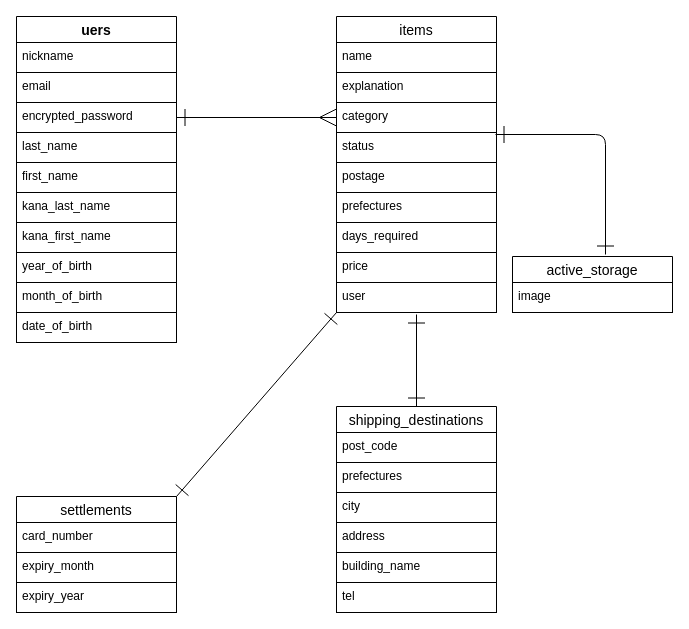
Earlier version of the draw.io diagram furimaER.dio (dolchicchi/furima-37577). Source tidied: cells renumbered, new cells numbered last; positions are measured from the earlier drawing's top-left corner, leaving out a move shared by most shapes. Both pictures are drawn from the tidied source at 100%, with x=0, y=0 at pixel (16, 16).
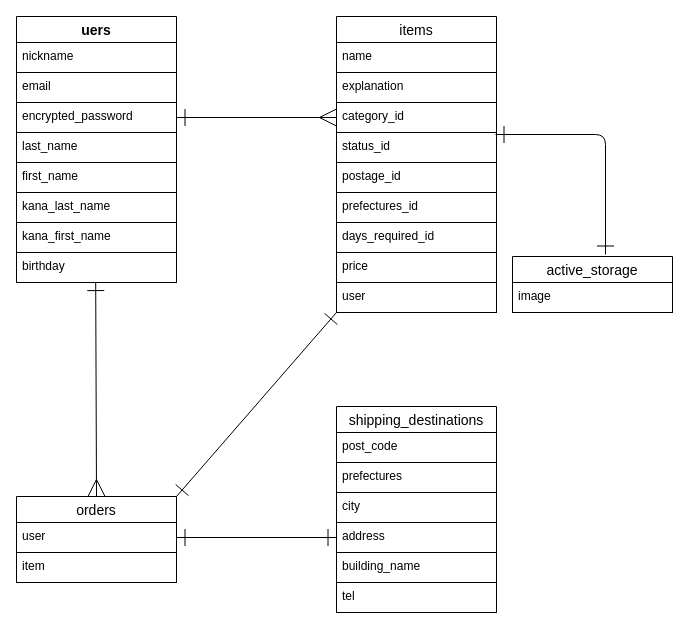
After the change.

The change refers to these unchanged cells:
```xml
<mxCell id="13" value="items" style="swimlane;fontStyle=0;horizontal=1;startSize=26;align=center;fontSize=14;fontColor=#000000;labelBackgroundColor=#FFFFFF;strokeColor=#000000;" parent="1" vertex="1">
  <mxGeometry x="320" width="160" height="296" as="geometry" />
</mxCell>
<mxCell id="28" value="shipping_destinations" style="swimlane;fontStyle=0;horizontal=1;startSize=26;align=center;fontSize=14;fontColor=#000000;labelBackgroundColor=#FFFFFF;strokeColor=#000000;" parent="1" vertex="1">
  <mxGeometry x="320" y="390" width="160" height="206" as="geometry" />
</mxCell>
<mxCell id="32" value="address" style="text;strokeColor=#000000;fillColor=none;spacingLeft=4;spacingRight=4;overflow=hidden;points=[[0,0.5],[1,0.5]];portConstraint=eastwest;fontSize=12;fontColor=#000000;labelBackgroundColor=#FFFFFF;" parent="28" vertex="1">
  <mxGeometry y="116" width="160" height="30" as="geometry" />
</mxCell>
```

What changed in the source:
```diff
@@
     <mxCell id="2" value="uers" style="swimlane;fontStyle=1;horizontal=1;startSize=26;align=center;fontSize=14;fontColor=#000000;labelBackgroundColor=#FFFFFF;strokeColor=#000000;" parent="1" vertex="1">
-      <mxGeometry width="160" height="326" as="geometry" />
+      <mxGeometry width="160" height="266" as="geometry" />
     </mxCell>
@@
-    <mxCell id="10" value="year_of_birth" style="text;strokeColor=#000000;fillColor=none;spacingLeft=4;spacingRight=4;overflow=hidden;fontSize=12;fontColor=#000000;labelBackgroundColor=#FFFFFF;" parent="2" vertex="1">
-      <mxGeometry y="236" width="160" height="30" as="geometry" />
-    </mxCell>
-    <mxCell id="11" value="month_of_birth" style="text;strokeColor=#000000;fillColor=none;spacingLeft=4;spacingRight=4;overflow=hidden;fontSize=12;fontColor=#000000;labelBackgroundColor=#FFFFFF;" parent="2" vertex="1">
-      <mxGeometry y="266" width="160" height="30" as="geometry" />
-    </mxCell>
-    <mxCell id="12" value="date_of_birth" style="text;strokeColor=#000000;fillColor=none;spacingLeft=4;spacingRight=4;overflow=hidden;points=[[0,0.5],[1,0.5]];portConstraint=eastwest;fontSize=12;fontColor=#000000;labelBackgroundColor=#FFFFFF;" parent="2" vertex="1">
-      <mxGeometry y="296" width="160" height="30" as="geometry" />
+    <mxCell id="12" value="birthday" style="text;strokeColor=#000000;fillColor=none;spacingLeft=4;spacingRight=4;overflow=hidden;points=[[0,0.5],[1,0.5]];portConstraint=eastwest;fontSize=12;fontColor=#000000;labelBackgroundColor=#FFFFFF;" parent="2" vertex="1">
+      <mxGeometry y="236" width="160" height="30" as="geometry" />
     </mxCell>
@@
-    <mxCell id="16" value="category" style="text;strokeColor=#000000;fillColor=none;spacingLeft=4;spacingRight=4;overflow=hidden;points=[[0,0.5],[1,0.5]];portConstraint=eastwest;fontSize=12;fontColor=#000000;labelBackgroundColor=#FFFFFF;" parent="13" vertex="1">
+    <mxCell id="16" value="category_id" style="text;strokeColor=#000000;fillColor=none;spacingLeft=4;spacingRight=4;overflow=hidden;points=[[0,0.5],[1,0.5]];portConstraint=eastwest;fontSize=12;fontColor=#000000;labelBackgroundColor=#FFFFFF;" parent="13" vertex="1">
       <mxGeometry y="86" width="160" height="30" as="geometry" />
     </mxCell>
-    <mxCell id="17" value="status" style="text;strokeColor=#000000;fillColor=none;spacingLeft=4;spacingRight=4;overflow=hidden;fontSize=12;fontColor=#000000;labelBackgroundColor=#FFFFFF;" parent="13" vertex="1">
+    <mxCell id="17" value="status_id" style="text;strokeColor=#000000;fillColor=none;spacingLeft=4;spacingRight=4;overflow=hidden;fontSize=12;fontColor=#000000;labelBackgroundColor=#FFFFFF;" parent="13" vertex="1">
       <mxGeometry y="116" width="160" height="30" as="geometry" />
     </mxCell>
-    <mxCell id="18" value="postage" style="text;strokeColor=#000000;fillColor=none;spacingLeft=4;spacingRight=4;overflow=hidden;fontSize=12;fontColor=#000000;labelBackgroundColor=#FFFFFF;" parent="13" vertex="1">
+    <mxCell id="18" value="postage_id &#10;" style="text;strokeColor=#000000;fillColor=none;spacingLeft=4;spacingRight=4;overflow=hidden;fontSize=12;fontColor=#000000;labelBackgroundColor=#FFFFFF;" parent="13" vertex="1">
       <mxGeometry y="146" width="160" height="30" as="geometry" />
     </mxCell>
-    <mxCell id="19" value="prefectures" style="text;strokeColor=#000000;fillColor=none;spacingLeft=4;spacingRight=4;overflow=hidden;fontSize=12;fontColor=#000000;labelBackgroundColor=#FFFFFF;" parent="13" vertex="1">
+    <mxCell id="19" value="prefectures_id" style="text;strokeColor=#000000;fillColor=none;spacingLeft=4;spacingRight=4;overflow=hidden;fontSize=12;fontColor=#000000;labelBackgroundColor=#FFFFFF;" parent="13" vertex="1">
       <mxGeometry y="176" width="160" height="30" as="geometry" />
     </mxCell>
-    <mxCell id="20" value="days_required" style="text;strokeColor=#000000;fillColor=none;spacingLeft=4;spacingRight=4;overflow=hidden;fontSize=12;fontColor=#000000;labelBackgroundColor=#FFFFFF;" parent="13" vertex="1">
+    <mxCell id="20" value="days_required_id" style="text;strokeColor=#000000;fillColor=none;spacingLeft=4;spacingRight=4;overflow=hidden;fontSize=12;fontColor=#000000;labelBackgroundColor=#FFFFFF;" parent="13" vertex="1">
       <mxGeometry y="206" width="160" height="30" as="geometry" />
     </mxCell>
@@
+    <mxCell id="40" style="edgeStyle=none;html=1;exitX=0.5;exitY=0;exitDx=0;exitDy=0;entryX=0.495;entryY=0.986;entryDx=0;entryDy=0;entryPerimeter=0;labelBackgroundColor=#FFFFFF;fontColor=#000000;strokeColor=#000000;endArrow=ERone;endFill=0;startArrow=ERmany;startFill=0;endSize=15;startSize=15;" parent="1" edge="1" source="23" target="12">
+      <mxGeometry relative="1" as="geometry" />
+    </mxCell>
-    <mxCell id="23" value="settlements" style="swimlane;fontStyle=0;horizontal=1;startSize=26;align=center;fontSize=14;fontColor=#000000;labelBackgroundColor=#FFFFFF;strokeColor=#000000;" parent="1" vertex="1">
-      <mxGeometry y="480" width="160" height="116" as="geometry" />
+    <mxCell id="23" value="orders" style="swimlane;fontStyle=0;horizontal=1;startSize=26;align=center;fontSize=14;fontColor=#000000;labelBackgroundColor=#FFFFFF;strokeColor=#000000;" parent="1" vertex="1">
+      <mxGeometry y="480" width="160" height="86" as="geometry" />
     </mxCell>
-    <mxCell id="24" value="card_number" style="text;strokeColor=#000000;fillColor=none;spacingLeft=4;spacingRight=4;overflow=hidden;fontSize=12;fontColor=#000000;labelBackgroundColor=#FFFFFF;" parent="23" vertex="1">
-      <mxGeometry y="26" width="160" height="30" as="geometry" />
-    </mxCell>
-    <mxCell id="25" value="expiry_month" style="text;strokeColor=#000000;fillColor=none;spacingLeft=4;spacingRight=4;overflow=hidden;points=[[0,0.5],[1,0.5]];portConstraint=eastwest;fontSize=12;fontColor=#000000;labelBackgroundColor=#FFFFFF;" parent="23" vertex="1">
-      <mxGeometry y="56" width="160" height="30" as="geometry" />
+    <mxCell id="25" value="user" style="text;strokeColor=#000000;fillColor=none;spacingLeft=4;spacingRight=4;overflow=hidden;points=[[0,0.5],[1,0.5]];portConstraint=eastwest;fontSize=12;fontColor=#000000;labelBackgroundColor=#FFFFFF;" parent="23" vertex="1">
+      <mxGeometry y="26" width="160" height="30" as="geometry" />
     </mxCell>
-    <mxCell id="26" value="expiry_year" style="text;strokeColor=#000000;fillColor=none;spacingLeft=4;spacingRight=4;overflow=hidden;fontSize=12;fontColor=#000000;labelBackgroundColor=#FFFFFF;" parent="23" vertex="1">
-      <mxGeometry y="86" width="160" height="30" as="geometry" />
+    <mxCell id="26" value="item" style="text;strokeColor=#000000;fillColor=none;spacingLeft=4;spacingRight=4;overflow=hidden;fontSize=12;fontColor=#000000;labelBackgroundColor=#FFFFFF;" parent="23" vertex="1">
+      <mxGeometry y="56" width="160" height="30" as="geometry" />
     </mxCell>
-    <mxCell id="27" style="edgeStyle=none;html=1;exitX=0.5;exitY=0;exitDx=0;exitDy=0;startArrow=ERone;startFill=0;endArrow=ERone;endFill=0;strokeWidth=1;endSize=15;startSize=15;fontColor=#000000;labelBackgroundColor=#FFFFFF;strokeColor=#000000;" parent="1" edge="1" source="28">
-      <mxGeometry relative="1" as="geometry">
-        <mxPoint x="400" y="298" as="targetPoint" />
-      </mxGeometry>
-    </mxCell>
@@
+    <mxCell id="41" style="edgeStyle=none;html=1;exitX=1;exitY=0.5;exitDx=0;exitDy=0;labelBackgroundColor=#FFFFFF;fontColor=#000000;startArrow=ERone;startFill=0;endArrow=ERone;endFill=0;startSize=15;endSize=15;strokeColor=#000000;" parent="1" edge="1" source="25" target="32">
+      <mxGeometry relative="1" as="geometry" />
+    </mxCell>
```
